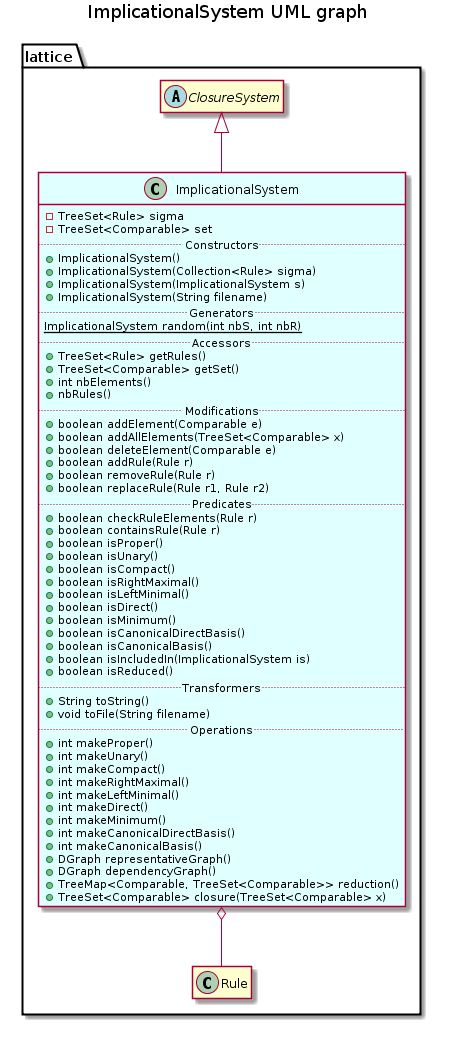
EstrellaRL/java-lattices keeps this PlantUML diagram as api/lattice/ImplicationalSystem.png. Above is the earlier version.
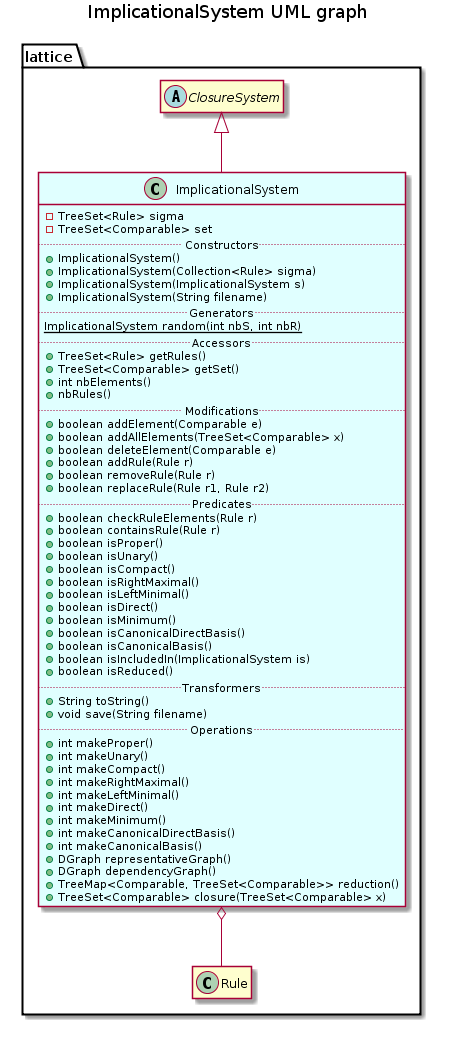
After the change.

Change to the diagram source:
```diff
@@ -38,7 +38,7 @@
         +boolean isReduced()
         .. Transformers ..
         +String toString()
-        +void toFile(String filename)
+        +void save(String filename)
         .. Operations ..
         +int makeProper()
         +int makeUnary()
@@ -64,7 +64,7 @@
     class ClosureSystem {
         +{abstract} TreeSet<Comparable> getSet()
         +{abstract} TreeSet<Comparable> closure(TreeSet<Comparable> set)
-        +{abstract} void toFile(String file)
+        +{abstract} void save(String file)
 
         +ConceptLattice closedSetLattice(boolean  diagram)
         +ConceptLattice lattice()
```
